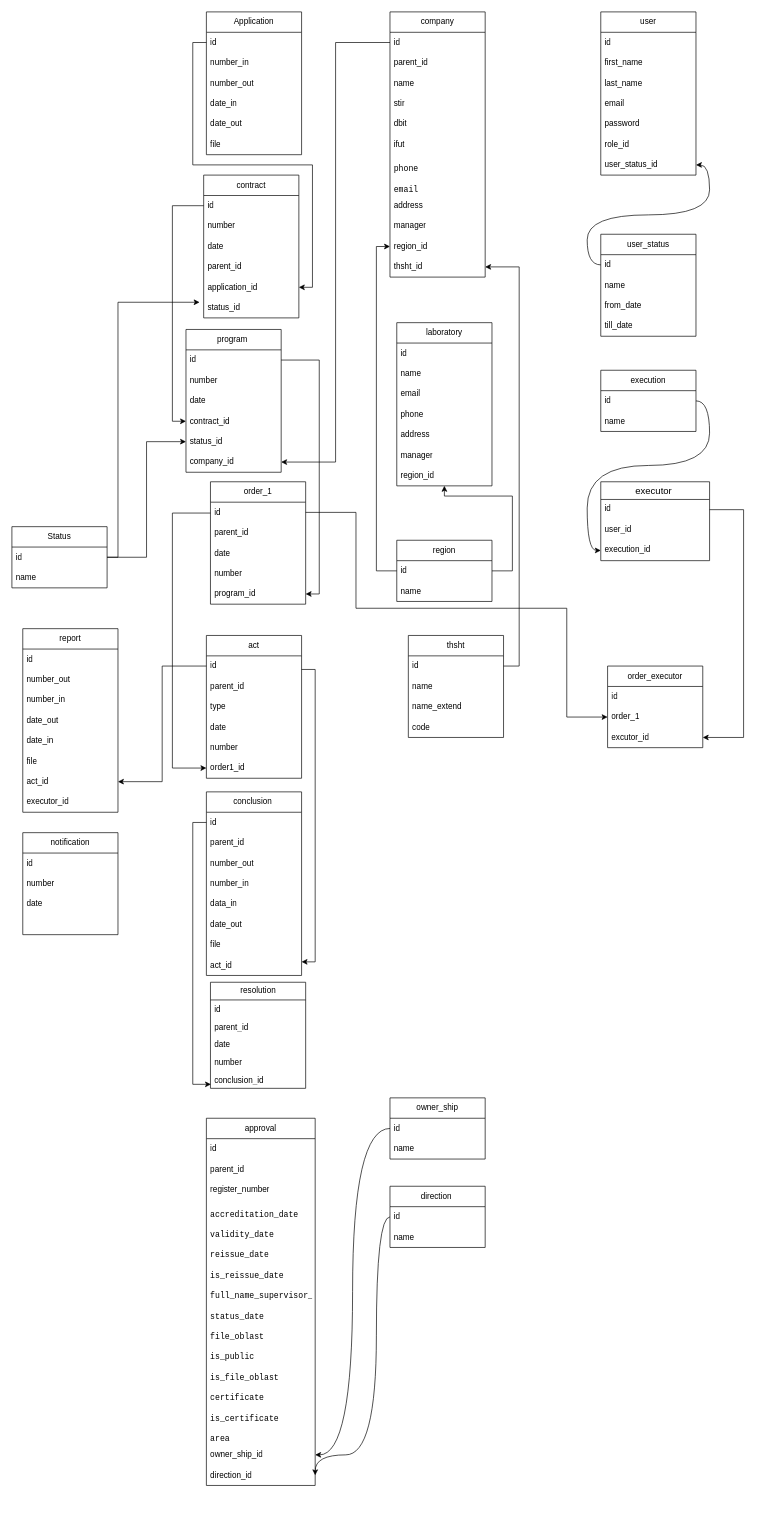
Javlonbek-dev/Time keeps this draw.io diagram as Untitled Diagram.drawio. Above is the earlier version. Source tidied: cells renumbered, new cells numbered last; positions are measured from the earlier drawing's top-left corner, leaving out a move shared by most shapes. Both pictures are drawn from the tidied source at 68%, with x=0, y=0 at pixel (12, 12).
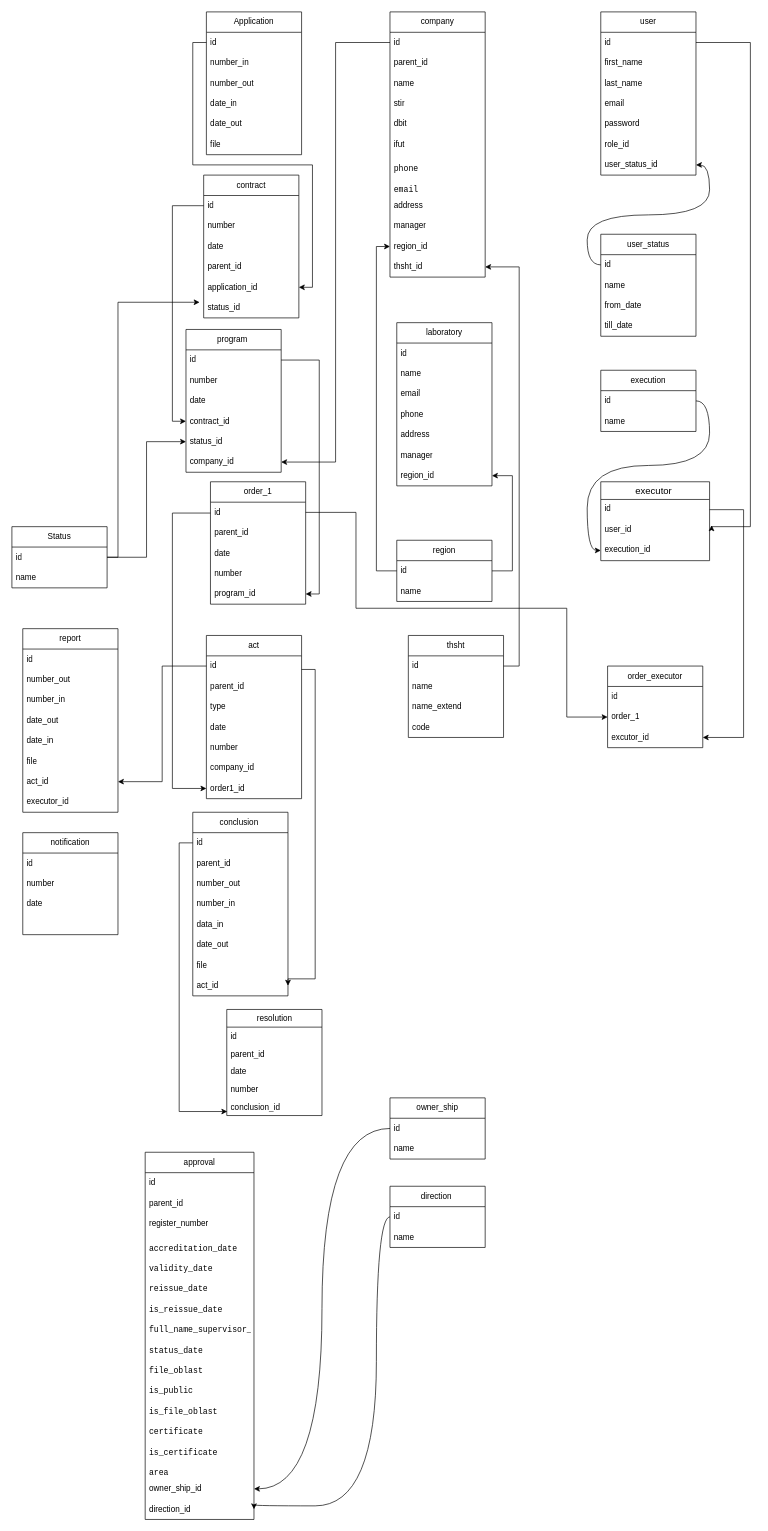
The same page after the edit.

Unchanged cells that the change refers to:
```xml
<mxCell id="6" value="id" style="text;strokeColor=none;fillColor=none;align=left;verticalAlign=middle;spacingLeft=4;spacingRight=4;overflow=hidden;points=[[0,0.5],[1,0.5]];portConstraint=eastwest;whiteSpace=wrap;html=1;" parent="5" vertex="1">
  <mxGeometry y="30" width="140" height="30" as="geometry" />
</mxCell>
<mxCell id="33" value="id" style="text;strokeColor=none;fillColor=none;align=left;verticalAlign=middle;spacingLeft=4;spacingRight=4;overflow=hidden;points=[[0,0.5],[1,0.5]];portConstraint=eastwest;whiteSpace=wrap;html=1;" parent="32" vertex="1">
  <mxGeometry y="30" width="140" height="30" as="geometry" />
</mxCell>
<mxCell id="40" value="user_id" style="text;strokeColor=none;fillColor=none;spacingLeft=4;spacingRight=4;overflow=hidden;points=[[0,0.5],[1,0.5]];portConstraint=eastwest;fontSize=12;whiteSpace=wrap;html=1;" parent="38" vertex="1">
  <mxGeometry y="56" width="160" height="30" as="geometry" />
</mxCell>
<mxCell id="50" value="act_id" style="text;strokeColor=none;fillColor=none;align=left;verticalAlign=middle;spacingLeft=4;spacingRight=4;overflow=hidden;points=[[0,0.5],[1,0.5]];portConstraint=eastwest;whiteSpace=wrap;html=1;" parent="42" vertex="1">
  <mxGeometry y="240" width="140" height="30" as="geometry" />
</mxCell>
<mxCell id="53" value="region" style="swimlane;fontStyle=0;horizontal=1;startSize=30;whiteSpace=wrap;html=1;" parent="1" vertex="1">
  <mxGeometry x="566" y="777" width="140" height="90" as="geometry" />
</mxCell>
<mxCell id="60" value="id" style="text;strokeColor=none;fillColor=none;align=left;verticalAlign=middle;spacingLeft=4;spacingRight=4;overflow=hidden;points=[[0,0.5],[1,0.5]];portConstraint=eastwest;whiteSpace=wrap;html=1;" parent="59" vertex="1">
  <mxGeometry y="30" width="140" height="30" as="geometry" />
</mxCell>
<mxCell id="74" value="region_id" style="text;strokeColor=none;fillColor=none;align=left;verticalAlign=middle;spacingLeft=4;spacingRight=4;overflow=hidden;points=[[0,0.5],[1,0.5]];portConstraint=eastwest;whiteSpace=wrap;html=1;" parent="67" vertex="1">
  <mxGeometry y="210" width="140" height="30" as="geometry" />
</mxCell>
<mxCell id="92" value="direction_id" style="text;strokeColor=none;fillColor=none;align=left;verticalAlign=middle;spacingLeft=4;spacingRight=4;overflow=hidden;points=[[0,0.5],[1,0.5]];portConstraint=eastwest;whiteSpace=wrap;html=1;" parent="75" vertex="1">
  <mxGeometry y="510" width="160" height="30" as="geometry" />
</mxCell>
<mxCell id="101" value="id" style="text;align=left;verticalAlign=middle;spacingLeft=4;spacingRight=4;overflow=hidden;points=[[0,0.5],[1,0.5]];portConstraint=eastwest;whiteSpace=wrap;html=1;" parent="100" vertex="1">
  <mxGeometry y="30" width="140" height="30" as="geometry" />
</mxCell>
```

What changed in the source:
```diff
@@
     <mxCell id="42" value="conclusion&amp;nbsp;" style="swimlane;fontStyle=0;horizontal=1;startSize=30;whiteSpace=wrap;html=1;" parent="1" vertex="1">
-      <mxGeometry x="286" y="1147" width="140" height="270" as="geometry" />
+      <mxGeometry x="266" y="1177" width="140" height="270" as="geometry" />
     </mxCell>
@@
     <mxCell id="51" style="edgeStyle=orthogonalEdgeStyle;rounded=0;jettySize=auto;html=1;" parent="1" edge="1" source="53" target="74">
       <mxGeometry relative="1" as="geometry">
         <Array as="points">
           <mxPoint x="736" y="822" />
-          <mxPoint x="736" y="712" />
+          <mxPoint x="736" y="682" />
         </Array>
       </mxGeometry>
     </mxCell>
@@
     <mxCell id="75" value="approval" style="swimlane;fontStyle=0;horizontal=1;startSize=30;whiteSpace=wrap;html=1;" parent="1" vertex="1">
-      <mxGeometry x="286" y="1627" width="160" height="540" as="geometry" />
+      <mxGeometry x="196" y="1677" width="160" height="540" as="geometry" />
     </mxCell>
@@
     <mxCell id="100" value="act" style="swimlane;fontStyle=0;horizontal=1;startSize=30;whiteSpace=wrap;html=1;" parent="1" vertex="1">
-      <mxGeometry x="286" y="917" width="140" height="210" as="geometry" />
+      <mxGeometry x="286" y="917" width="140" height="240" as="geometry" />
     </mxCell>
@@
+    <mxCell id="164" value="company_id" style="text;align=left;verticalAlign=middle;spacingLeft=4;spacingRight=4;overflow=hidden;whiteSpace=wrap;html=1;" parent="100" vertex="1">
+      <mxGeometry y="180" width="140" height="30" as="geometry" />
+    </mxCell>
     <mxCell id="106" value="order1_id" style="text;align=left;verticalAlign=middle;spacingLeft=4;spacingRight=4;overflow=hidden;points=[[0,0.5],[1,0.5]];portConstraint=eastwest;whiteSpace=wrap;html=1;" parent="100" vertex="1">
-      <mxGeometry y="180" width="140" height="30" as="geometry" />
+      <mxGeometry y="210" width="140" height="30" as="geometry" />
     </mxCell>
@@
     <mxCell id="120" value="resolution" style="swimlane;fontStyle=0;horizontal=1;startSize=26;fillColor=none;html=1;" parent="1" vertex="1">
-      <mxGeometry x="292" y="1427" width="140" height="156" as="geometry" />
+      <mxGeometry x="316" y="1467" width="140" height="156" as="geometry" />
     </mxCell>
@@
     <mxCell id="131" style="edgeStyle=orthogonalEdgeStyle;curved=1;rounded=0;jettySize=auto;html=1;entryX=1;entryY=0.5;entryDx=0;entryDy=0;" parent="1" edge="1" source="60" target="92">
       <mxGeometry relative="1" as="geometry">
         <Array as="points">
           <mxPoint x="536" y="1772" />
-          <mxPoint x="536" y="2122" />
+          <mxPoint x="536" y="2197" />
+          <mxPoint x="356" y="2197" />
         </Array>
       </mxGeometry>
     </mxCell>
@@
-    <mxCell id="133" style="edgeStyle=orthogonalEdgeStyle;rounded=0;jettySize=auto;html=1;" parent="1" edge="1" source="101">
+    <mxCell id="133" style="edgeStyle=orthogonalEdgeStyle;rounded=0;jettySize=auto;html=1;entryX=1;entryY=0.5;entryDx=0;entryDy=0;" parent="1" edge="1" source="101" target="50">
       <mxGeometry relative="1" as="geometry">
-        <mxPoint x="426" y="1397" as="targetPoint" />
         <Array as="points">
           <mxPoint x="446" y="967" />
-          <mxPoint x="446" y="1397" />
-          <mxPoint x="426" y="1397" />
+          <mxPoint x="446" y="1422" />
         </Array>
       </mxGeometry>
     </mxCell>
     <mxCell id="134" style="edgeStyle=orthogonalEdgeStyle;rounded=0;jettySize=auto;html=1;entryX=0;entryY=0.5;entryDx=0;entryDy=0;" parent="1" edge="1" source="33" target="106">
       <mxGeometry relative="1" as="geometry">
         <Array as="points">
           <mxPoint x="236" y="737" />
-          <mxPoint x="236" y="1112" />
+          <mxPoint x="236" y="1142" />
         </Array>
       </mxGeometry>
     </mxCell>
@@
+    <mxCell id="165" style="edgeStyle=orthogonalEdgeStyle;rounded=0;jettySize=auto;html=1;exitX=1;exitY=0.5;exitDx=0;exitDy=0;entryX=1.019;entryY=0.267;entryDx=0;entryDy=0;entryPerimeter=0;" parent="1" edge="1" source="6" target="40">
+      <mxGeometry relative="1" as="geometry">
+        <Array as="points">
+          <mxPoint x="1086" y="45" />
+          <mxPoint x="1086" y="757" />
+          <mxPoint x="1029" y="757" />
+        </Array>
+      </mxGeometry>
+    </mxCell>
```
